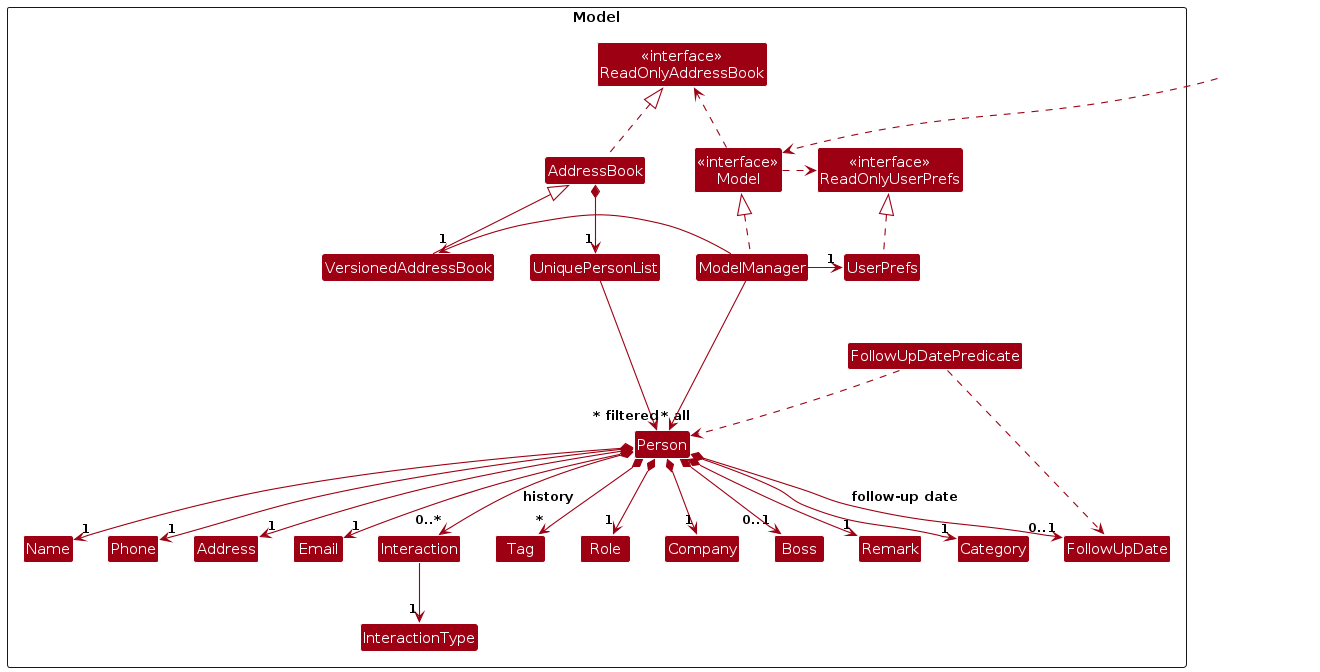
AY2627S1-CS2103T-F12-2/tp keeps this PlantUML diagram as diagrams/ModelClassDiagram.png. Above is the earlier version. Its source is kept beside it as diagrams/ModelClassDiagram.puml.
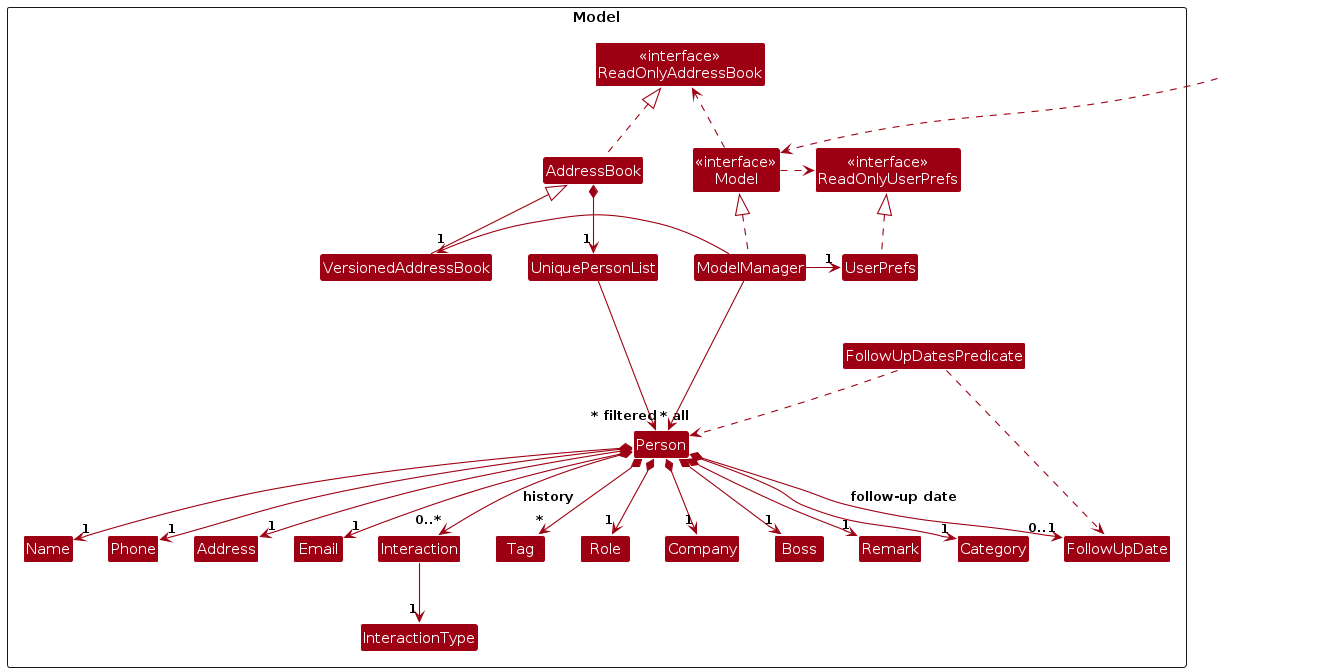
After the change.

What changed in the source:
```diff
@@ -28,7 +28,7 @@
 Class Remark
 Class Category
 Class FollowUpDate
-Class FollowUpDatePredicate
+Class FollowUpDatesPredicate
 
 Class I #FFFFFF
 }
@@ -55,15 +55,15 @@
 Person *--> "*" Tag
 Person *--> "1" Role
 Person *--> "1" Company
-Person *--> "0..1" Boss
+Person *--> "1" Boss
 Person *--> "1" Remark
 Person *--> "1" Category
 Person *--> "0..1" FollowUpDate : follow-up date
 Person *--> "0..*" Interaction : history
 Interaction --> "1" InteractionType
 
-FollowUpDatePredicate ..> FollowUpDate
-FollowUpDatePredicate ..> Person
+FollowUpDatesPredicate ..> FollowUpDate
+FollowUpDatesPredicate ..> Person
 
 Person -[hidden]up--> I
 UniquePersonList -[hidden]right-> I
```
